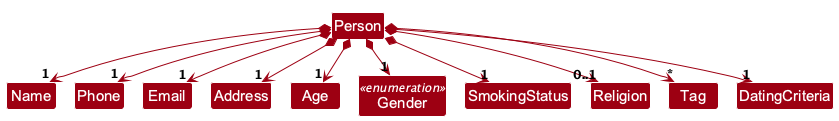
This is docs/images/PersonClassDiagram.png from AY2627S1-CS2103T-W09-1/tp, a PlantUML export, as it was before one commit. The source it was exported from:
```plantuml
@startuml
!pragma layout smetana
!include style.puml
skinparam arrowColor MODEL_COLOR
skinparam classBackgroundColor MODEL_COLOR
skinparam nodesep 30
skinparam ranksep 50

class Person
class Name
class Phone
class Email
class Address
class Age
class Gender <<enumeration>>
class SmokingStatus
class Religion
class Tag
class DatingCriteria

Person *-down-> "1" Name
Person *-down-> "1" Phone
Person *-down-> "1" Email
Person *-down-> "1" Address
Person *-down-> "1" Age
Person *-down-> "1" Gender
Person *-down-> "1" SmokingStatus
Person *-down-> "0..1" Religion
Person *-down-> "*" Tag
Person *-down-> "1" DatingCriteria

Name -[hidden]right-> Phone
Phone -[hidden]right-> Email
Email -[hidden]right-> Address
Address -[hidden]right-> Age
Age -[hidden]right-> Gender
Gender -[hidden]right-> SmokingStatus
SmokingStatus -[hidden]right-> Religion
Religion -[hidden]right-> Tag
Tag -[hidden]right-> DatingCriteria
@enduml
```
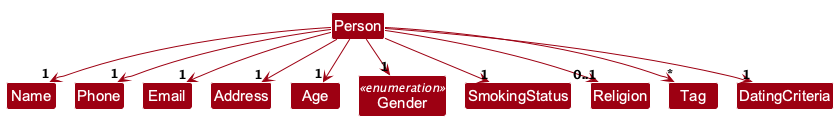
Above is the later version.

Change to the diagram source:
```diff
@@ -18,16 +18,16 @@
 class Tag
 class DatingCriteria
 
-Person *-down-> "1" Name
-Person *-down-> "1" Phone
-Person *-down-> "1" Email
-Person *-down-> "1" Address
-Person *-down-> "1" Age
-Person *-down-> "1" Gender
-Person *-down-> "1" SmokingStatus
-Person *-down-> "0..1" Religion
-Person *-down-> "*" Tag
-Person *-down-> "1" DatingCriteria
+Person -down-> "1" Name
+Person -down-> "1" Phone
+Person -down-> "1" Email
+Person -down-> "1" Address
+Person -down-> "1" Age
+Person -down-> "1" Gender
+Person -down-> "1" SmokingStatus
+Person -down-> "0..1" Religion
+Person -down-> "*" Tag
+Person -down-> "1" DatingCriteria
 
 Name -[hidden]right-> Phone
 Phone -[hidden]right-> Email
```
